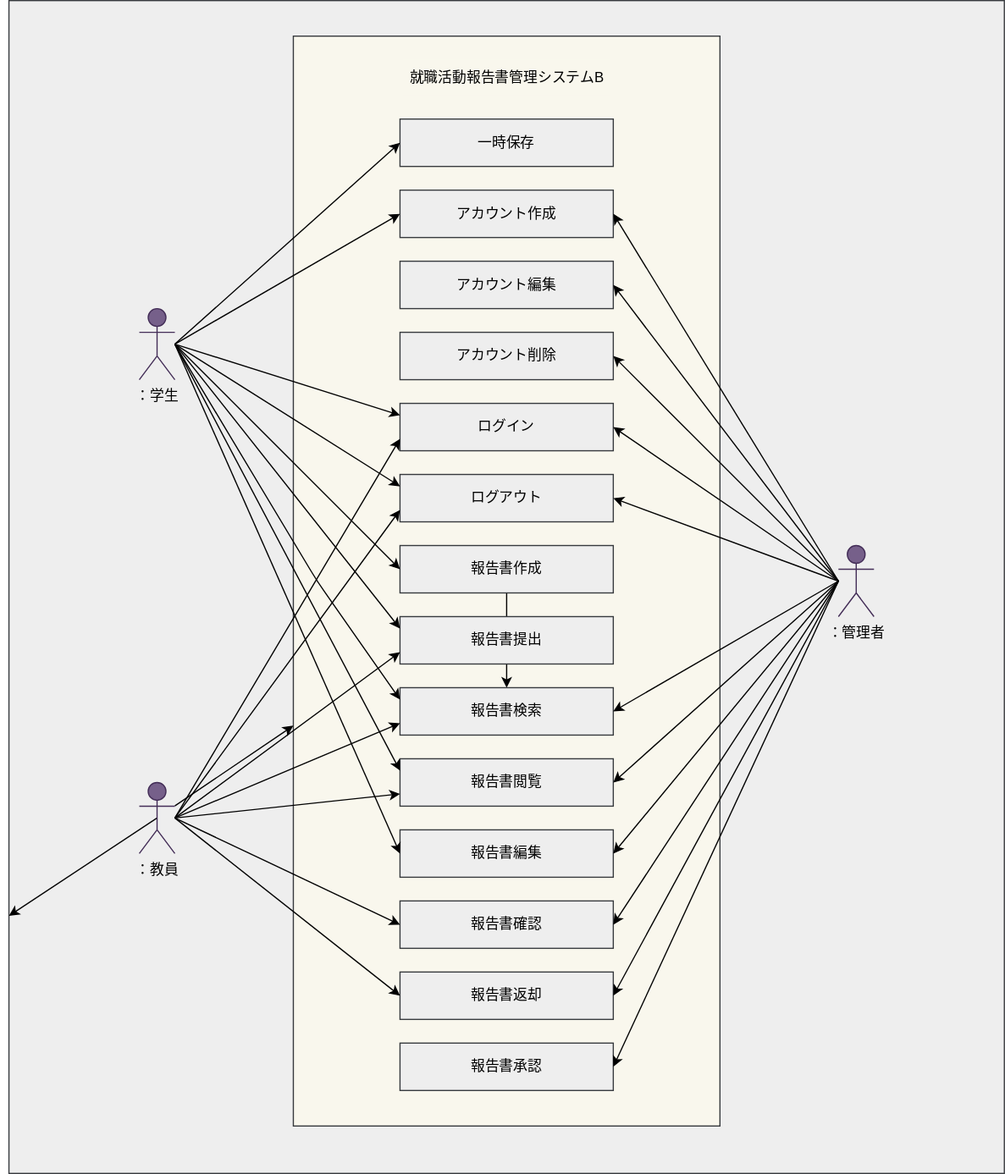
shinichiro2631/uml_intro keeps this draw.io diagram as 就職活動報告書管理システムB.drawio.svg. Above is the earlier version. Source tidied: cells renumbered, new cells last; positions are measured from the earlier drawing's top-left corner, leaving out a move shared by most shapes. Its diagram source:
```xml
<mxGraphModel>
  <root>
    <mxCell id="0" />
    <mxCell id="1" parent="0" />
    <mxCell id="2" style="rounded=0;whiteSpace=wrap;html=1;fillColor=#eeeeee;strokeColor=#36393d;fontColor=#000000;" parent="1" vertex="1">
      <mxGeometry width="840" height="990" as="geometry" />
    </mxCell>
    <mxCell id="3" style="rounded=0;whiteSpace=wrap;html=1;fillColor=#f9f7ed;strokeColor=#36393d;" parent="1" vertex="1">
      <mxGeometry x="240" y="30" width="360" height="920" as="geometry" />
    </mxCell>
    <mxCell id="4" value="&lt;font color=&quot;#000000&quot;&gt;アカウント作成&lt;/font&gt;" style="rounded=0;whiteSpace=wrap;html=1;fillColor=#eeeeee;strokeColor=#36393d;" parent="1" vertex="1">
      <mxGeometry x="330" y="160" width="180" height="40" as="geometry" />
    </mxCell>
    <mxCell id="5" value="&lt;font color=&quot;#000000&quot;&gt;：学生&lt;/font&gt;" style="shape=umlActor;verticalLabelPosition=bottom;verticalAlign=top;html=1;fillColor=#76608a;strokeColor=#432D57;fontColor=#ffffff;" parent="1" vertex="1">
      <mxGeometry x="110" y="260" width="30" height="60" as="geometry" />
    </mxCell>
    <mxCell id="6" value="&lt;font color=&quot;#000000&quot;&gt;：管理者&lt;/font&gt;" style="shape=umlActor;verticalLabelPosition=bottom;verticalAlign=top;html=1;fillColor=#76608a;strokeColor=#432D57;fontColor=#ffffff;" parent="1" vertex="1">
      <mxGeometry x="700" y="460" width="30" height="60" as="geometry" />
    </mxCell>
    <mxCell id="7" style="edgeStyle=none;html=1;exitX=0.5;exitY=0.5;exitDx=0;exitDy=0;exitPerimeter=0;fontColor=#000000;" parent="1" edge="1" source="9" target="2">
      <mxGeometry relative="1" as="geometry" />
    </mxCell>
    <mxCell id="8" style="edgeStyle=none;html=1;fontColor=#000000;" parent="1" edge="1" source="9" target="3">
      <mxGeometry relative="1" as="geometry" />
    </mxCell>
    <mxCell id="9" value="&lt;font color=&quot;#000000&quot;&gt;：教員&lt;/font&gt;" style="shape=umlActor;verticalLabelPosition=bottom;verticalAlign=top;html=1;outlineConnect=0;fillColor=#76608a;strokeColor=#432D57;fontColor=#ffffff;" parent="1" vertex="1">
      <mxGeometry x="110" y="660" width="30" height="60" as="geometry" />
    </mxCell>
    <mxCell id="10" value="アカウント編集" style="rounded=0;whiteSpace=wrap;html=1;fillColor=#eeeeee;strokeColor=#36393d;fontColor=#000000;" parent="1" vertex="1">
      <mxGeometry x="330" y="220" width="180" height="40" as="geometry" />
    </mxCell>
    <mxCell id="11" value="アカウント削除" style="rounded=0;whiteSpace=wrap;html=1;fillColor=#eeeeee;strokeColor=#36393d;fontColor=#000000;" parent="1" vertex="1">
      <mxGeometry x="330" y="280" width="180" height="40" as="geometry" />
    </mxCell>
    <mxCell id="12" value="ログイン" style="rounded=0;whiteSpace=wrap;html=1;fillColor=#eeeeee;strokeColor=#36393d;fontColor=#000000;" parent="1" vertex="1">
      <mxGeometry x="330" y="340" width="180" height="40" as="geometry" />
    </mxCell>
    <mxCell id="13" value="ログアウト" style="rounded=0;whiteSpace=wrap;html=1;fillColor=#eeeeee;strokeColor=#36393d;fontColor=#000000;" parent="1" vertex="1">
      <mxGeometry x="330" y="400" width="180" height="40" as="geometry" />
    </mxCell>
    <mxCell id="14" style="edgeStyle=none;html=1;fontColor=#000000;" parent="1" edge="1" source="15" target="21">
      <mxGeometry relative="1" as="geometry" />
    </mxCell>
    <mxCell id="15" value="&lt;font color=&quot;#000000&quot;&gt;報告書作成&lt;/font&gt;" style="rounded=0;whiteSpace=wrap;html=1;fillColor=#eeeeee;strokeColor=#36393d;" parent="1" vertex="1">
      <mxGeometry x="330" y="460" width="180" height="40" as="geometry" />
    </mxCell>
    <mxCell id="16" value="報告書提出" style="rounded=0;whiteSpace=wrap;html=1;fillColor=#eeeeee;strokeColor=#36393d;fontColor=#000000;" parent="1" vertex="1">
      <mxGeometry x="330" y="520" width="180" height="40" as="geometry" />
    </mxCell>
    <mxCell id="17" value="報告書返却" style="rounded=0;whiteSpace=wrap;html=1;fillColor=#eeeeee;strokeColor=#36393d;fontColor=#000000;" parent="1" vertex="1">
      <mxGeometry x="330" y="820" width="180" height="40" as="geometry" />
    </mxCell>
    <mxCell id="18" value="報告書確認" style="rounded=0;whiteSpace=wrap;html=1;fillColor=#eeeeee;strokeColor=#36393d;fontColor=#000000;" parent="1" vertex="1">
      <mxGeometry x="330" y="760" width="180" height="40" as="geometry" />
    </mxCell>
    <mxCell id="19" value="報告書編集" style="rounded=0;whiteSpace=wrap;html=1;fillColor=#eeeeee;strokeColor=#36393d;fontColor=#000000;" parent="1" vertex="1">
      <mxGeometry x="330" y="700" width="180" height="40" as="geometry" />
    </mxCell>
    <mxCell id="20" value="&lt;font color=&quot;#000000&quot;&gt;報告書閲覧&lt;/font&gt;" style="rounded=0;whiteSpace=wrap;html=1;fillColor=#eeeeee;strokeColor=#36393d;fontColor=#F0F0F0;" parent="1" vertex="1">
      <mxGeometry x="330" y="640" width="180" height="40" as="geometry" />
    </mxCell>
    <mxCell id="21" value="報告書検索" style="rounded=0;whiteSpace=wrap;html=1;fillColor=#eeeeee;strokeColor=#36393d;fontColor=#000000;" parent="1" vertex="1">
      <mxGeometry x="330" y="580" width="180" height="40" as="geometry" />
    </mxCell>
    <mxCell id="22" value="&lt;font color=&quot;#000000&quot;&gt;就職活動報告書管理システムB&lt;/font&gt;" style="rounded=0;whiteSpace=wrap;html=1;fillColor=#f9f7ed;strokeColor=none;" parent="1" vertex="1">
      <mxGeometry x="332.5" y="50" width="175" height="30" as="geometry" />
    </mxCell>
    <mxCell id="23" value="一時保存" style="rounded=0;whiteSpace=wrap;html=1;fillColor=#eeeeee;strokeColor=#36393d;fontColor=#000000;" parent="1" vertex="1">
      <mxGeometry x="330" y="100" width="180" height="40" as="geometry" />
    </mxCell>
    <mxCell id="24" value="報告書承認" style="rounded=0;whiteSpace=wrap;html=1;fillColor=#eeeeee;strokeColor=#36393d;fontColor=#000000;" parent="1" vertex="1">
      <mxGeometry x="330" y="880" width="180" height="40" as="geometry" />
    </mxCell>
    <mxCell id="25" style="endArrow=classic;html=1;strokeColor=#000000;fontColor=#000000;entryX=0;entryY=0.25;entryDx=0;entryDy=0;" parent="1" edge="1" target="12">
      <mxGeometry relative="1" as="geometry">
        <mxPoint x="140" y="290" as="sourcePoint" />
      </mxGeometry>
    </mxCell>
    <mxCell id="26" style="endArrow=classic;html=1;strokeColor=#000000;fontColor=#000000;entryX=0;entryY=0.5;entryDx=0;entryDy=0;" parent="1" edge="1" target="23">
      <mxGeometry relative="1" as="geometry">
        <mxPoint x="140" y="290" as="sourcePoint" />
      </mxGeometry>
    </mxCell>
    <mxCell id="27" style="endArrow=classic;html=1;strokeColor=#000000;fontColor=#000000;entryX=0;entryY=0.5;entryDx=0;entryDy=0;" parent="1" edge="1" target="4">
      <mxGeometry relative="1" as="geometry">
        <mxPoint x="140" y="290" as="sourcePoint" />
      </mxGeometry>
    </mxCell>
    <mxCell id="28" style="endArrow=classic;html=1;strokeColor=#000000;fontColor=#000000;entryX=0;entryY=0.25;entryDx=0;entryDy=0;" parent="1" edge="1" target="13">
      <mxGeometry relative="1" as="geometry">
        <mxPoint x="140" y="290" as="sourcePoint" />
      </mxGeometry>
    </mxCell>
    <mxCell id="29" style="endArrow=classic;html=1;strokeColor=#000000;fontColor=#000000;entryX=0;entryY=0.5;entryDx=0;entryDy=0;" parent="1" edge="1" target="15">
      <mxGeometry relative="1" as="geometry">
        <mxPoint x="140" y="290" as="sourcePoint" />
      </mxGeometry>
    </mxCell>
    <mxCell id="30" style="endArrow=classic;html=1;strokeColor=#000000;fontColor=#000000;entryX=0;entryY=0.25;entryDx=0;entryDy=0;" parent="1" edge="1" target="16">
      <mxGeometry relative="1" as="geometry">
        <mxPoint x="140" y="290" as="sourcePoint" />
      </mxGeometry>
    </mxCell>
    <mxCell id="31" style="endArrow=classic;html=1;strokeColor=#000000;fontColor=#000000;entryX=0;entryY=0.25;entryDx=0;entryDy=0;" parent="1" edge="1" target="21">
      <mxGeometry relative="1" as="geometry">
        <mxPoint x="140" y="290" as="sourcePoint" />
        <Array as="points">
          <mxPoint x="260" y="490" />
        </Array>
      </mxGeometry>
    </mxCell>
    <mxCell id="32" style="endArrow=classic;html=1;strokeColor=#000000;fontColor=#000000;entryX=0;entryY=0.25;entryDx=0;entryDy=0;" parent="1" edge="1" target="20">
      <mxGeometry relative="1" as="geometry">
        <mxPoint x="140" y="290" as="sourcePoint" />
      </mxGeometry>
    </mxCell>
    <mxCell id="33" style="endArrow=classic;html=1;strokeColor=#000000;fontColor=#000000;entryX=0;entryY=0.5;entryDx=0;entryDy=0;" parent="1" edge="1" target="19">
      <mxGeometry relative="1" as="geometry">
        <mxPoint x="140" y="290" as="sourcePoint" />
      </mxGeometry>
    </mxCell>
    <mxCell id="34" style="endArrow=classic;html=1;strokeColor=#000000;entryX=0;entryY=0.75;entryDx=0;entryDy=0;" parent="1" edge="1" target="12">
      <mxGeometry relative="1" as="geometry">
        <mxPoint x="140" y="690" as="sourcePoint" />
      </mxGeometry>
    </mxCell>
    <mxCell id="35" style="endArrow=classic;html=1;strokeColor=#000000;entryX=0;entryY=0.75;entryDx=0;entryDy=0;" parent="1" edge="1" target="13">
      <mxGeometry relative="1" as="geometry">
        <mxPoint x="140" y="690" as="sourcePoint" />
      </mxGeometry>
    </mxCell>
    <mxCell id="36" style="endArrow=classic;html=1;strokeColor=#000000;entryX=0;entryY=0.75;entryDx=0;entryDy=0;" parent="1" edge="1" target="16">
      <mxGeometry relative="1" as="geometry">
        <mxPoint x="140" y="690" as="sourcePoint" />
      </mxGeometry>
    </mxCell>
    <mxCell id="37" style="endArrow=classic;html=1;strokeColor=#000000;entryX=0;entryY=0.75;entryDx=0;entryDy=0;" parent="1" edge="1" target="21">
      <mxGeometry relative="1" as="geometry">
        <mxPoint x="140" y="690" as="sourcePoint" />
      </mxGeometry>
    </mxCell>
    <mxCell id="38" style="endArrow=classic;html=1;strokeColor=#000000;entryX=0;entryY=0.5;entryDx=0;entryDy=0;" parent="1" edge="1" target="18">
      <mxGeometry relative="1" as="geometry">
        <mxPoint x="140" y="690" as="sourcePoint" />
      </mxGeometry>
    </mxCell>
    <mxCell id="39" style="endArrow=classic;html=1;strokeColor=#000000;" parent="1" edge="1" target="20">
      <mxGeometry relative="1" as="geometry">
        <mxPoint x="140" y="690" as="sourcePoint" />
      </mxGeometry>
    </mxCell>
    <mxCell id="40" style="endArrow=classic;html=1;strokeColor=#000000;entryX=0;entryY=0.5;entryDx=0;entryDy=0;" parent="1" edge="1" target="17">
      <mxGeometry relative="1" as="geometry">
        <mxPoint x="140" y="690" as="sourcePoint" />
      </mxGeometry>
    </mxCell>
    <mxCell id="41" style="endArrow=classic;html=1;strokeColor=#000000;entryX=1;entryY=0.5;entryDx=0;entryDy=0;" parent="1" edge="1" target="4">
      <mxGeometry relative="1" as="geometry">
        <mxPoint x="700" y="490" as="sourcePoint" />
      </mxGeometry>
    </mxCell>
    <mxCell id="42" style="endArrow=classic;html=1;strokeColor=#000000;entryX=1;entryY=0.5;entryDx=0;entryDy=0;" parent="1" edge="1" target="10">
      <mxGeometry relative="1" as="geometry">
        <mxPoint x="700" y="490" as="sourcePoint" />
      </mxGeometry>
    </mxCell>
    <mxCell id="43" style="endArrow=classic;html=1;strokeColor=#000000;entryX=1;entryY=0.5;entryDx=0;entryDy=0;" parent="1" edge="1" target="11">
      <mxGeometry relative="1" as="geometry">
        <mxPoint x="700" y="490" as="sourcePoint" />
      </mxGeometry>
    </mxCell>
    <mxCell id="44" style="endArrow=classic;html=1;strokeColor=#000000;entryX=1;entryY=0.5;entryDx=0;entryDy=0;" parent="1" edge="1" target="12">
      <mxGeometry relative="1" as="geometry">
        <mxPoint x="700" y="490" as="sourcePoint" />
      </mxGeometry>
    </mxCell>
    <mxCell id="45" style="endArrow=classic;html=1;strokeColor=#000000;entryX=1;entryY=0.5;entryDx=0;entryDy=0;" parent="1" edge="1" target="13">
      <mxGeometry relative="1" as="geometry">
        <mxPoint x="700" y="490" as="sourcePoint" />
      </mxGeometry>
    </mxCell>
    <mxCell id="46" style="endArrow=classic;html=1;strokeColor=#000000;entryX=1;entryY=0.5;entryDx=0;entryDy=0;" parent="1" edge="1" target="21">
      <mxGeometry relative="1" as="geometry">
        <mxPoint x="700" y="490" as="sourcePoint" />
      </mxGeometry>
    </mxCell>
    <mxCell id="47" style="endArrow=classic;html=1;strokeColor=#000000;entryX=1;entryY=0.5;entryDx=0;entryDy=0;" parent="1" edge="1" target="20">
      <mxGeometry relative="1" as="geometry">
        <mxPoint x="700" y="490" as="sourcePoint" />
      </mxGeometry>
    </mxCell>
    <mxCell id="48" style="endArrow=classic;html=1;strokeColor=#000000;entryX=1;entryY=0.5;entryDx=0;entryDy=0;" parent="1" edge="1" target="19">
      <mxGeometry relative="1" as="geometry">
        <mxPoint x="700" y="490" as="sourcePoint" />
      </mxGeometry>
    </mxCell>
    <mxCell id="49" style="endArrow=classic;html=1;strokeColor=#000000;entryX=1;entryY=0.5;entryDx=0;entryDy=0;" parent="1" edge="1" target="18">
      <mxGeometry relative="1" as="geometry">
        <mxPoint x="700" y="490" as="sourcePoint" />
      </mxGeometry>
    </mxCell>
    <mxCell id="50" style="endArrow=classic;html=1;strokeColor=#000000;entryX=1;entryY=0.5;entryDx=0;entryDy=0;" parent="1" edge="1" target="17">
      <mxGeometry relative="1" as="geometry">
        <mxPoint x="700" y="490" as="sourcePoint" />
      </mxGeometry>
    </mxCell>
    <mxCell id="51" style="endArrow=classic;html=1;strokeColor=#000000;entryX=1;entryY=0.5;entryDx=0;entryDy=0;" parent="1" edge="1" target="24">
      <mxGeometry relative="1" as="geometry">
        <mxPoint x="700" y="490" as="sourcePoint" />
      </mxGeometry>
    </mxCell>
  </root>
</mxGraphModel>
```
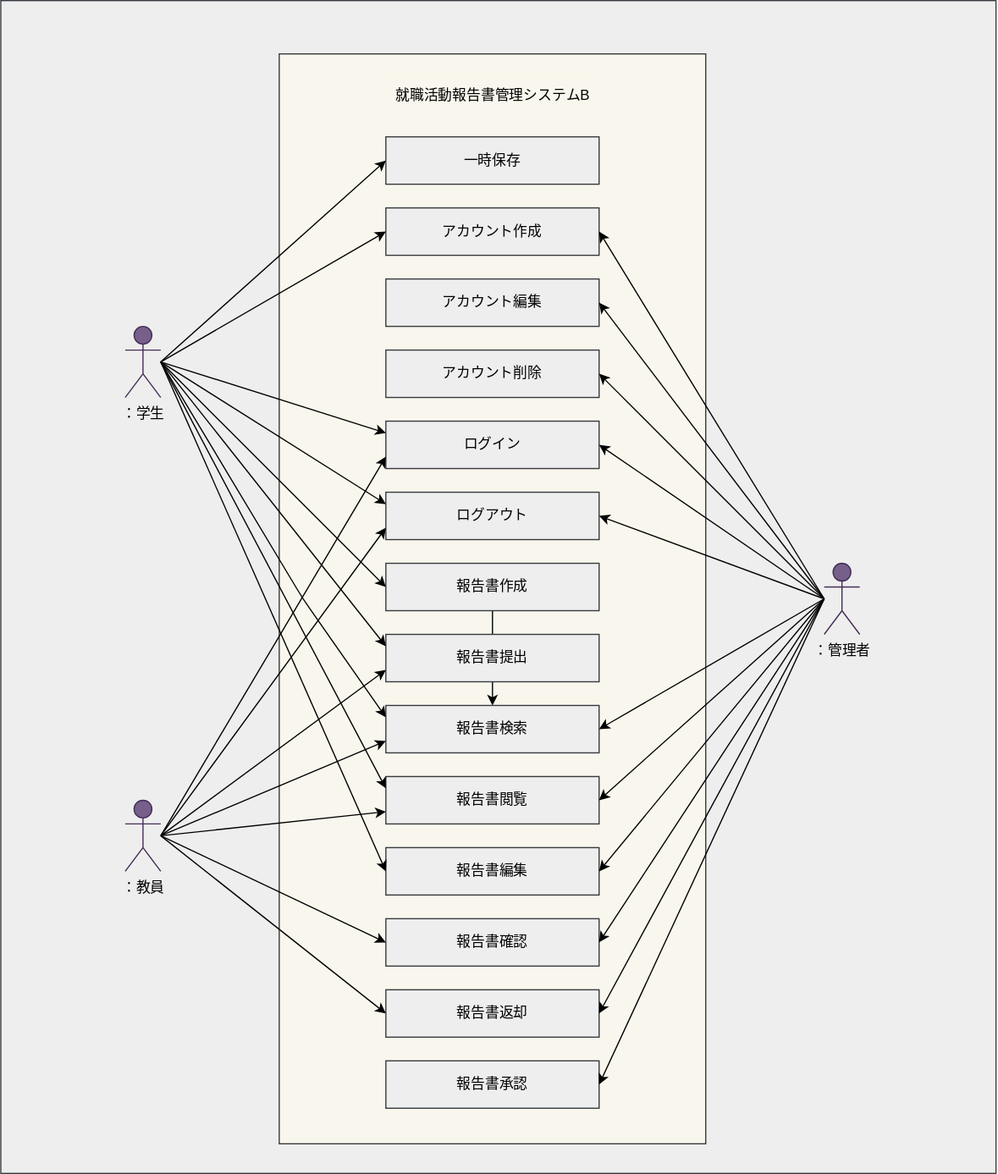
Later version of the same file.

Commit message:
就職活動報告書管理システムの変更

The edit, as a diff of the source:
```diff
@@ -3,7 +3,7 @@
     <mxCell id="0" />
     <mxCell id="1" parent="0" />
     <mxCell id="2" style="rounded=0;whiteSpace=wrap;html=1;fillColor=#eeeeee;strokeColor=#36393d;fontColor=#000000;" parent="1" vertex="1">
-      <mxGeometry width="840" height="990" as="geometry" />
+      <mxGeometry x="5" y="-15" width="840" height="990" as="geometry" />
     </mxCell>
     <mxCell id="3" style="rounded=0;whiteSpace=wrap;html=1;fillColor=#f9f7ed;strokeColor=#36393d;" parent="1" vertex="1">
       <mxGeometry x="240" y="30" width="360" height="920" as="geometry" />
@@ -17,12 +17,6 @@
     <mxCell id="6" value="&lt;font color=&quot;#000000&quot;&gt;：管理者&lt;/font&gt;" style="shape=umlActor;verticalLabelPosition=bottom;verticalAlign=top;html=1;fillColor=#76608a;strokeColor=#432D57;fontColor=#ffffff;" parent="1" vertex="1">
       <mxGeometry x="700" y="460" width="30" height="60" as="geometry" />
     </mxCell>
-    <mxCell id="7" style="edgeStyle=none;html=1;exitX=0.5;exitY=0.5;exitDx=0;exitDy=0;exitPerimeter=0;fontColor=#000000;" parent="1" edge="1" source="9" target="2">
-      <mxGeometry relative="1" as="geometry" />
-    </mxCell>
-    <mxCell id="8" style="edgeStyle=none;html=1;fontColor=#000000;" parent="1" edge="1" source="9" target="3">
-      <mxGeometry relative="1" as="geometry" />
-    </mxCell>
     <mxCell id="9" value="&lt;font color=&quot;#000000&quot;&gt;：教員&lt;/font&gt;" style="shape=umlActor;verticalLabelPosition=bottom;verticalAlign=top;html=1;outlineConnect=0;fillColor=#76608a;strokeColor=#432D57;fontColor=#ffffff;" parent="1" vertex="1">
       <mxGeometry x="110" y="660" width="30" height="60" as="geometry" />
     </mxCell>
```
